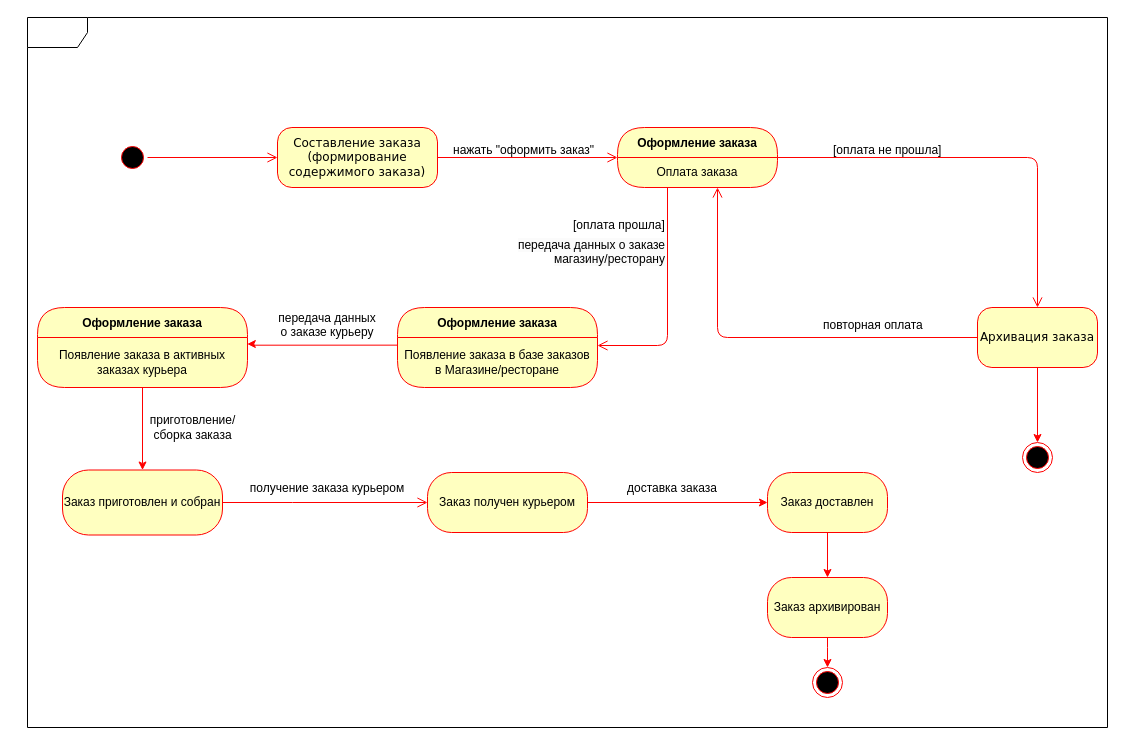
vasslin/Programming-Technologies-3 keeps this draw.io diagram as state machine diagram.drawio. Above is the earlier version. Source tidied: cells renumbered, new cells numbered last; positions are measured from the earlier drawing's top-left corner, leaving out a move shared by most shapes. Both pictures are drawn from the tidied source at 100%, with x=0, y=0 at pixel (27, 17).
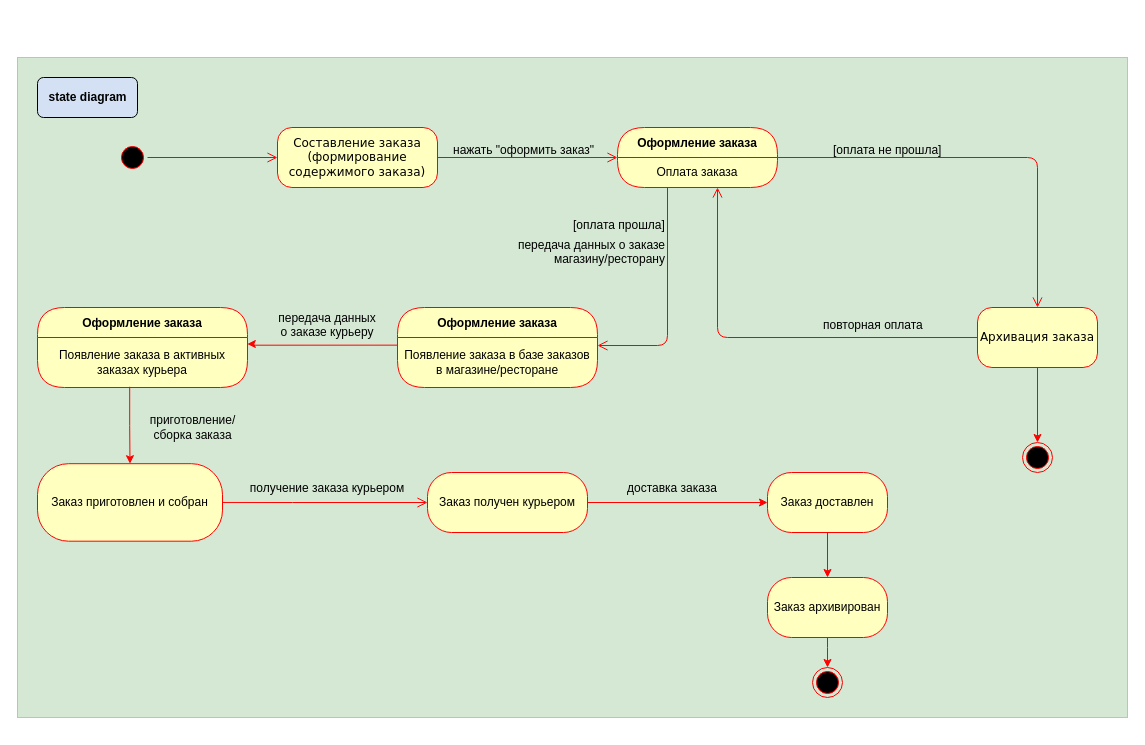
The same diagram, later.

The change refers to these unchanged cells:
```xml
<mxCell id="17" value="Оформление заказа" style="swimlane;fontStyle=1;align=center;verticalAlign=middle;horizontal=1;startSize=30;fontColor=#000000;rounded=1;arcSize=30;strokeColor=#ff0000;fillColor=#ffffc0;swimlaneFillColor=#ffffc0;" parent="1" vertex="1">
  <mxGeometry x="370" y="290" width="200" height="80" as="geometry" />
</mxCell>
<mxCell id="20" value="Появление заказа в активных заказах курьера" style="text;html=1;strokeColor=none;fillColor=none;align=center;verticalAlign=middle;spacingLeft=4;spacingRight=4;whiteSpace=wrap;overflow=hidden;fontColor=#000000;" parent="19" vertex="1">
  <mxGeometry y="30" width="210" height="50" as="geometry" />
</mxCell>
```

The edit, as a diff of the source:
```diff
@@
+    <mxCell id="39" style="rounded=0;whiteSpace=wrap;html=1;strokeColor=#A9C4EB;fillColor=#D5E8D4;" parent="1" vertex="1">
+      <mxGeometry x="-10" y="40" width="1110" height="660" as="geometry" />
+    </mxCell>
@@
-    <mxCell id="7" style="shape=umlFrame;whiteSpace=wrap;html=1;rounded=1;shadow=0;comic=0;labelBackgroundColor=none;strokeWidth=1;fontFamily=Verdana;fontSize=12;align=center;" parent="1" vertex="1">
-      <mxGeometry width="1080" height="710" as="geometry" />
-    </mxCell>
@@
-    <mxCell id="18" value="Появление заказа в базе заказов в Магазине/ресторане" style="text;html=1;strokeColor=none;fillColor=none;align=center;verticalAlign=middle;spacingLeft=4;spacingRight=4;whiteSpace=wrap;overflow=hidden;fontColor=#000000;" parent="17" vertex="1">
+    <mxCell id="18" value="Появление заказа в базе заказов в магазине/ресторане" style="text;html=1;strokeColor=none;fillColor=none;align=center;verticalAlign=middle;spacingLeft=4;spacingRight=4;whiteSpace=wrap;overflow=hidden;fontColor=#000000;" parent="17" vertex="1">
       <mxGeometry y="30" width="200" height="50" as="geometry" />
     </mxCell>
@@
     <mxCell id="22" value="Заказ приготовлен и собран" style="rounded=1;whiteSpace=wrap;html=1;arcSize=40;fontColor=#000000;fillColor=#ffffc0;strokeColor=#ff0000;" parent="1" vertex="1">
-      <mxGeometry x="35" y="452.5" width="160" height="65" as="geometry" />
+      <mxGeometry x="10" y="446.2" width="185" height="77.5" as="geometry" />
     </mxCell>
@@
-    <mxCell id="31" style="edgeStyle=orthogonalEdgeStyle;rounded=0;jettySize=auto;html=1;strokeColor=#FF0000;" parent="1" edge="1" source="20" target="22">
+    <mxCell id="31" style="edgeStyle=orthogonalEdgeStyle;rounded=0;jettySize=auto;html=1;strokeColor=#FF0000;exitX=0.439;exitY=0.986;exitDx=0;exitDy=0;exitPerimeter=0;" parent="1" edge="1" source="20" target="22">
       <mxGeometry relative="1" as="geometry" />
     </mxCell>
@@
-    <mxCell id="34" value="&lt;span style=&quot;color: rgb(0, 0, 0); font-family: Helvetica; font-size: 12px; font-style: normal; font-variant-ligatures: normal; font-variant-caps: normal; font-weight: 400; letter-spacing: normal; orphans: 2; text-indent: 0px; text-transform: none; widows: 2; word-spacing: 0px; -webkit-text-stroke-width: 0px; white-space: normal; background-color: rgb(251, 251, 251); text-decoration-thickness: initial; text-decoration-style: initial; text-decoration-color: initial; float: none; display: inline !important;&quot;&gt;передача данных о заказе магазину/ресторану&lt;/span&gt;" style="text;whiteSpace=wrap;html=1;align=right;" parent="1" vertex="1">
-      <mxGeometry x="480" y="214" width="160" height="40" as="geometry" />
-    </mxCell>
@@
+    <mxCell id="34" value="передача данных о заказе&#10;магазину/ресторану" style="text;align=right;verticalAlign=middle;strokeColor=none;fillColor=none;" parent="1" vertex="1">
+      <mxGeometry x="470" y="214" width="170" height="40" as="geometry" />
+    </mxCell>
+    <mxCell id="40" value="&amp;nbsp;&lt;div&gt;&amp;nbsp; &amp;nbsp;state diagram&amp;nbsp; &amp;nbsp;&lt;/div&gt;&lt;div&gt;&amp;nbsp;&lt;/div&gt;" style="text;align=center;fontStyle=1;verticalAlign=middle;spacingLeft=3;spacingRight=3;strokeColor=default;html=1;labelBorderColor=none;labelBackgroundColor=none;fillColor=#D4E1F5;rounded=1;" parent="1" vertex="1">
+      <mxGeometry x="10" y="60" width="100" height="40" as="geometry" />
+    </mxCell>
```
